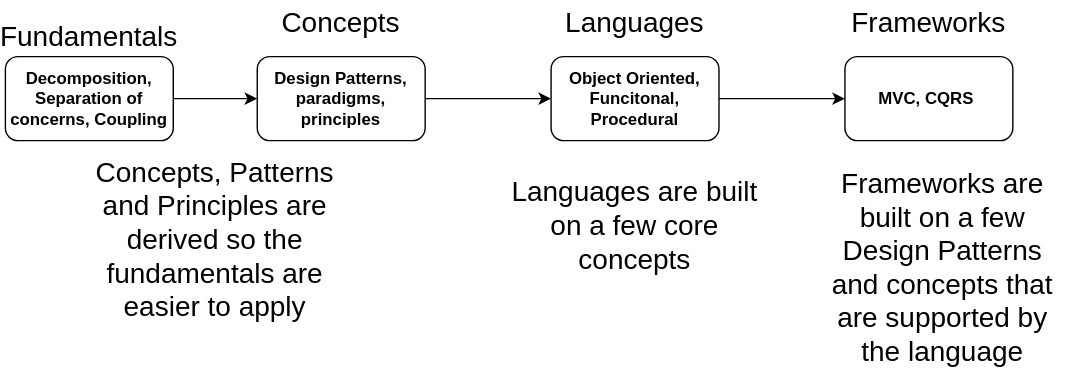
Before: .gitbook/assets/final (1).svg, a diagram exported from draw.io (stanimirovv/blog). Source tidied: cells renumbered, new cells last; positions are measured from the earlier drawing's top-left corner, leaving out a move shared by most shapes. Its diagram source:
```xml
<mxGraphModel>
  <root>
    <mxCell id="0" />
    <mxCell id="1" parent="0" />
    <mxCell id="2" style="edgeStyle=none;html=1;fontSize=20;" parent="1" edge="1" source="3" target="6">
      <mxGeometry relative="1" as="geometry" />
    </mxCell>
    <mxCell id="3" value="Decomposition, Separation of concerns, Coupling" style="rounded=1;whiteSpace=wrap;html=1;fontStyle=1;" parent="1" vertex="1">
      <mxGeometry y="40" width="120" height="60" as="geometry" />
    </mxCell>
    <mxCell id="4" value="Fundamentals" style="text;html=1;strokeColor=none;fillColor=none;align=center;verticalAlign=middle;whiteSpace=wrap;rounded=0;fontSize=20;" parent="1" vertex="1">
      <mxGeometry x="30" y="10" width="60" height="30" as="geometry" />
    </mxCell>
    <mxCell id="5" style="edgeStyle=none;html=1;fontSize=20;" parent="1" edge="1" source="6" target="9">
      <mxGeometry relative="1" as="geometry" />
    </mxCell>
    <mxCell id="6" value="Design Patterns, paradigms, principles" style="whiteSpace=wrap;html=1;rounded=1;fontStyle=1;" parent="1" vertex="1">
      <mxGeometry x="180" y="40" width="120" height="60" as="geometry" />
    </mxCell>
    <mxCell id="7" value="Concepts" style="text;html=1;strokeColor=none;fillColor=none;align=center;verticalAlign=middle;whiteSpace=wrap;rounded=0;fontSize=20;" parent="1" vertex="1">
      <mxGeometry x="210" width="60" height="30" as="geometry" />
    </mxCell>
    <mxCell id="8" style="edgeStyle=none;html=1;fontSize=20;" parent="1" edge="1" source="9" target="11">
      <mxGeometry relative="1" as="geometry" />
    </mxCell>
    <mxCell id="9" value="Object Oriented, Funcitonal, Procedural" style="whiteSpace=wrap;html=1;rounded=1;fontStyle=1;" parent="1" vertex="1">
      <mxGeometry x="390" y="40" width="120" height="60" as="geometry" />
    </mxCell>
    <mxCell id="10" value="Languages" style="text;html=1;strokeColor=none;fillColor=none;align=center;verticalAlign=middle;whiteSpace=wrap;rounded=0;fontSize=20;" parent="1" vertex="1">
      <mxGeometry x="420" width="60" height="30" as="geometry" />
    </mxCell>
    <mxCell id="11" value="MVC, CQRS&amp;nbsp;" style="whiteSpace=wrap;html=1;rounded=1;fontStyle=1;" parent="1" vertex="1">
      <mxGeometry x="600" y="40" width="120" height="60" as="geometry" />
    </mxCell>
    <mxCell id="12" value="Frameworks" style="text;html=1;strokeColor=none;fillColor=none;align=center;verticalAlign=middle;whiteSpace=wrap;rounded=0;fontSize=20;" parent="1" vertex="1">
      <mxGeometry x="630" width="60" height="30" as="geometry" />
    </mxCell>
    <mxCell id="13" value="Languages are built on a few core concepts" style="text;html=1;strokeColor=none;fillColor=none;align=center;verticalAlign=middle;whiteSpace=wrap;rounded=0;fontSize=20;" parent="1" vertex="1">
      <mxGeometry x="360" y="130" width="180" height="60" as="geometry" />
    </mxCell>
    <mxCell id="14" value="Frameworks are built on a few Design Patterns and concepts that are supported by the language" style="text;html=1;strokeColor=none;fillColor=none;align=center;verticalAlign=middle;whiteSpace=wrap;rounded=0;fontSize=20;" parent="1" vertex="1">
      <mxGeometry x="580" y="160" width="180" height="60" as="geometry" />
    </mxCell>
    <mxCell id="15" value="Concepts, Patterns and Principles are derived so the fundamentals are easier to apply" style="text;html=1;strokeColor=none;fillColor=none;align=center;verticalAlign=middle;whiteSpace=wrap;rounded=0;fontSize=20;" parent="1" vertex="1">
      <mxGeometry x="60" y="140" width="180" height="60" as="geometry" />
    </mxCell>
  </root>
</mxGraphModel>
```
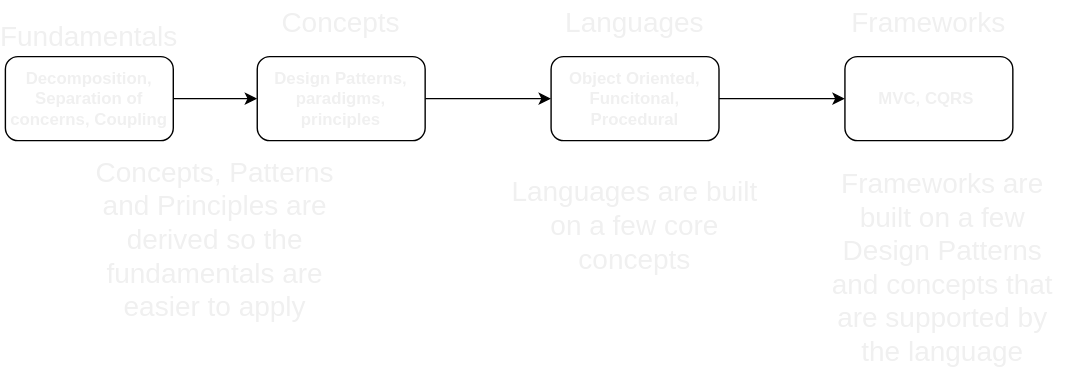
Later version of the same file.

What changed in the source:
```diff
@@ -2,46 +2,46 @@
   <root>
     <mxCell id="0" />
     <mxCell id="1" parent="0" />
-    <mxCell id="2" style="edgeStyle=none;html=1;fontSize=20;" parent="1" edge="1" source="3" target="6">
+    <mxCell id="2" style="edgeStyle=none;html=1;fontSize=20;fontColor=#F0F0F0;" parent="1" edge="1" source="3" target="6">
       <mxGeometry relative="1" as="geometry" />
     </mxCell>
-    <mxCell id="3" value="Decomposition, Separation of concerns, Coupling" style="rounded=1;whiteSpace=wrap;html=1;fontStyle=1;" parent="1" vertex="1">
+    <mxCell id="3" value="Decomposition, Separation of concerns, Coupling" style="rounded=1;whiteSpace=wrap;html=1;fontStyle=1;fontColor=#F0F0F0;" parent="1" vertex="1">
       <mxGeometry y="40" width="120" height="60" as="geometry" />
     </mxCell>
-    <mxCell id="4" value="Fundamentals" style="text;html=1;strokeColor=none;fillColor=none;align=center;verticalAlign=middle;whiteSpace=wrap;rounded=0;fontSize=20;" parent="1" vertex="1">
+    <mxCell id="4" value="Fundamentals" style="text;html=1;strokeColor=none;fillColor=none;align=center;verticalAlign=middle;whiteSpace=wrap;rounded=0;fontSize=20;fontColor=#F0F0F0;" parent="1" vertex="1">
       <mxGeometry x="30" y="10" width="60" height="30" as="geometry" />
     </mxCell>
-    <mxCell id="5" style="edgeStyle=none;html=1;fontSize=20;" parent="1" edge="1" source="6" target="9">
+    <mxCell id="5" style="edgeStyle=none;html=1;fontSize=20;fontColor=#F0F0F0;" parent="1" edge="1" source="6" target="9">
       <mxGeometry relative="1" as="geometry" />
     </mxCell>
-    <mxCell id="6" value="Design Patterns, paradigms, principles" style="whiteSpace=wrap;html=1;rounded=1;fontStyle=1;" parent="1" vertex="1">
+    <mxCell id="6" value="Design Patterns, paradigms, principles" style="whiteSpace=wrap;html=1;rounded=1;fontStyle=1;fontColor=#F0F0F0;" parent="1" vertex="1">
       <mxGeometry x="180" y="40" width="120" height="60" as="geometry" />
     </mxCell>
-    <mxCell id="7" value="Concepts" style="text;html=1;strokeColor=none;fillColor=none;align=center;verticalAlign=middle;whiteSpace=wrap;rounded=0;fontSize=20;" parent="1" vertex="1">
+    <mxCell id="7" value="Concepts" style="text;html=1;strokeColor=none;fillColor=none;align=center;verticalAlign=middle;whiteSpace=wrap;rounded=0;fontSize=20;fontColor=#F0F0F0;" parent="1" vertex="1">
       <mxGeometry x="210" width="60" height="30" as="geometry" />
     </mxCell>
-    <mxCell id="8" style="edgeStyle=none;html=1;fontSize=20;" parent="1" edge="1" source="9" target="11">
+    <mxCell id="8" style="edgeStyle=none;html=1;fontSize=20;fontColor=#F0F0F0;" parent="1" edge="1" source="9" target="11">
       <mxGeometry relative="1" as="geometry" />
     </mxCell>
-    <mxCell id="9" value="Object Oriented, Funcitonal, Procedural" style="whiteSpace=wrap;html=1;rounded=1;fontStyle=1;" parent="1" vertex="1">
+    <mxCell id="9" value="Object Oriented, Funcitonal, Procedural" style="whiteSpace=wrap;html=1;rounded=1;fontStyle=1;fontColor=#F0F0F0;" parent="1" vertex="1">
       <mxGeometry x="390" y="40" width="120" height="60" as="geometry" />
     </mxCell>
-    <mxCell id="10" value="Languages" style="text;html=1;strokeColor=none;fillColor=none;align=center;verticalAlign=middle;whiteSpace=wrap;rounded=0;fontSize=20;" parent="1" vertex="1">
+    <mxCell id="10" value="Languages" style="text;html=1;strokeColor=none;fillColor=none;align=center;verticalAlign=middle;whiteSpace=wrap;rounded=0;fontSize=20;fontColor=#F0F0F0;" parent="1" vertex="1">
       <mxGeometry x="420" width="60" height="30" as="geometry" />
     </mxCell>
-    <mxCell id="11" value="MVC, CQRS&amp;nbsp;" style="whiteSpace=wrap;html=1;rounded=1;fontStyle=1;" parent="1" vertex="1">
+    <mxCell id="11" value="MVC, CQRS&amp;nbsp;" style="whiteSpace=wrap;html=1;rounded=1;fontStyle=1;fontColor=#F0F0F0;" parent="1" vertex="1">
       <mxGeometry x="600" y="40" width="120" height="60" as="geometry" />
     </mxCell>
-    <mxCell id="12" value="Frameworks" style="text;html=1;strokeColor=none;fillColor=none;align=center;verticalAlign=middle;whiteSpace=wrap;rounded=0;fontSize=20;" parent="1" vertex="1">
+    <mxCell id="12" value="Frameworks" style="text;html=1;strokeColor=none;fillColor=none;align=center;verticalAlign=middle;whiteSpace=wrap;rounded=0;fontSize=20;fontColor=#F0F0F0;" parent="1" vertex="1">
       <mxGeometry x="630" width="60" height="30" as="geometry" />
     </mxCell>
-    <mxCell id="13" value="Languages are built on a few core concepts" style="text;html=1;strokeColor=none;fillColor=none;align=center;verticalAlign=middle;whiteSpace=wrap;rounded=0;fontSize=20;" parent="1" vertex="1">
+    <mxCell id="13" value="Languages are built on a few core concepts" style="text;html=1;strokeColor=none;fillColor=none;align=center;verticalAlign=middle;whiteSpace=wrap;rounded=0;fontSize=20;fontColor=#F0F0F0;" parent="1" vertex="1">
       <mxGeometry x="360" y="130" width="180" height="60" as="geometry" />
     </mxCell>
-    <mxCell id="14" value="Frameworks are built on a few Design Patterns and concepts that are supported by the language" style="text;html=1;strokeColor=none;fillColor=none;align=center;verticalAlign=middle;whiteSpace=wrap;rounded=0;fontSize=20;" parent="1" vertex="1">
+    <mxCell id="14" value="Frameworks are built on a few Design Patterns and concepts that are supported by the language" style="text;html=1;strokeColor=none;fillColor=none;align=center;verticalAlign=middle;whiteSpace=wrap;rounded=0;fontSize=20;fontColor=#F0F0F0;" parent="1" vertex="1">
       <mxGeometry x="580" y="160" width="180" height="60" as="geometry" />
     </mxCell>
-    <mxCell id="15" value="Concepts, Patterns and Principles are derived so the fundamentals are easier to apply" style="text;html=1;strokeColor=none;fillColor=none;align=center;verticalAlign=middle;whiteSpace=wrap;rounded=0;fontSize=20;" parent="1" vertex="1">
+    <mxCell id="15" value="Concepts, Patterns and Principles are derived so the fundamentals are easier to apply" style="text;html=1;strokeColor=none;fillColor=none;align=center;verticalAlign=middle;whiteSpace=wrap;rounded=0;fontSize=20;fontColor=#F0F0F0;" parent="1" vertex="1">
       <mxGeometry x="60" y="140" width="180" height="60" as="geometry" />
     </mxCell>
   </root>
```
